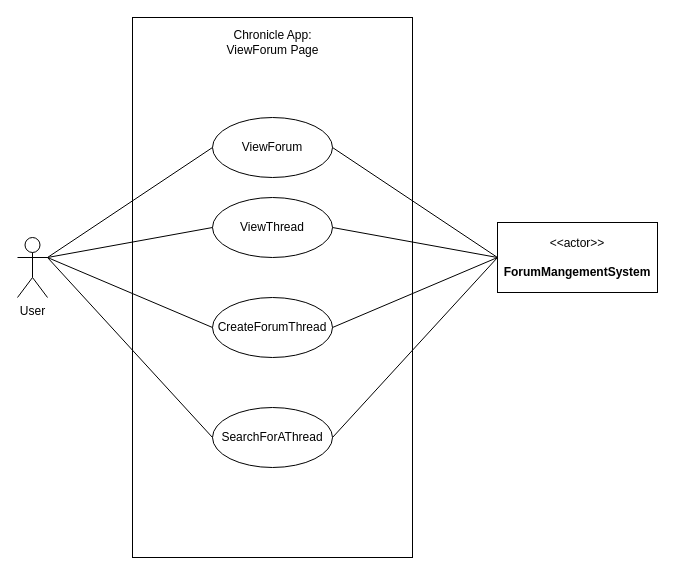
Vaibhav-G-Parmar/Chronicle-Your-Ultimate-Travel-Companion keeps this draw.io diagram as page "ViewForum" (10 of 17) of Week-7-Team-04-Use Case Diagrams (2).drawio. Above is the earlier version. Source tidied: cells renumbered, new cells numbered last; positions are measured from the earlier drawing's top-left corner, leaving out a move shared by most shapes. Both pictures are drawn from the tidied source at 100%, with x=0, y=0 at pixel (17, 17).
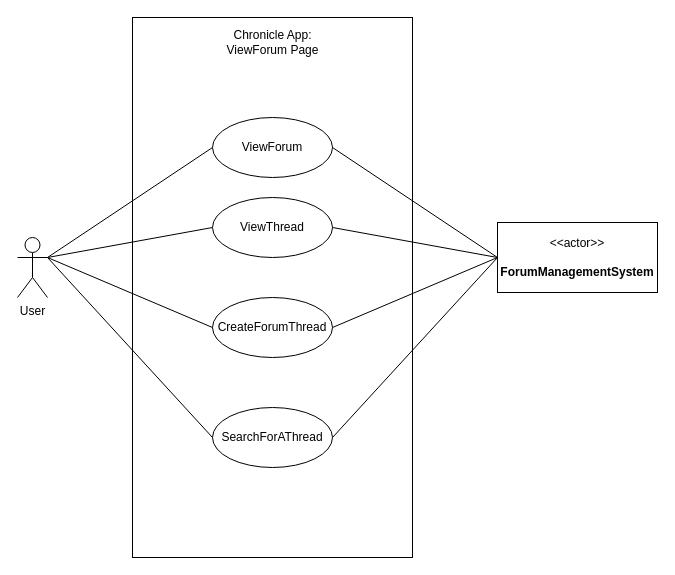
Above is the later version.

Diff of the diagram source:
```diff
@@
 <mxGraphModel>
   <root>
     <mxCell id="0" />
     <mxCell id="1" parent="0" />
     <mxCell id="2" value="&lt;h2&gt;&lt;br&gt;&lt;/h2&gt;" style="rounded=0;whiteSpace=wrap;html=1;align=center;" parent="1" vertex="1">
       <mxGeometry x="115" width="280" height="540" as="geometry" />
     </mxCell>
     <mxCell id="3" value="ViewThread" style="ellipse;whiteSpace=wrap;html=1;" parent="1" vertex="1">
       <mxGeometry x="195" y="180" width="120" height="60" as="geometry" />
     </mxCell>
     <mxCell id="4" value="User&lt;br&gt;" style="shape=umlActor;verticalLabelPosition=bottom;verticalAlign=top;html=1;outlineConnect=0;" parent="1" vertex="1">
       <mxGeometry y="220" width="30" height="60" as="geometry" />
     </mxCell>
-    <mxCell id="5" value="&amp;lt;&amp;lt;actor&amp;gt;&amp;gt;&lt;br&gt;&lt;br&gt;&lt;b style=&quot;border-color: var(--border-color);&quot;&gt;ForumMangementSystem&lt;/b&gt;&lt;b&gt;&lt;br&gt;&lt;/b&gt;" style="html=1;align=center;verticalAlign=middle;dashed=0;whiteSpace=wrap;" parent="1" vertex="1">
+    <mxCell id="5" value="&amp;lt;&amp;lt;actor&amp;gt;&amp;gt;&lt;br&gt;&lt;br&gt;&lt;b style=&quot;border-color: var(--border-color);&quot;&gt;ForumManagementSystem&lt;/b&gt;&lt;b&gt;&lt;br&gt;&lt;/b&gt;" style="html=1;align=center;verticalAlign=middle;dashed=0;whiteSpace=wrap;" parent="1" vertex="1">
       <mxGeometry x="480" y="205" width="160" height="70" as="geometry" />
     </mxCell>
     <mxCell id="6" style="endArrow=none;html=1;rounded=0;entryX=0;entryY=0.5;entryDx=0;entryDy=0;" parent="1" edge="1" target="3">
       <mxGeometry relative="1" as="geometry">
         <mxPoint x="30" y="240" as="sourcePoint" />
       </mxGeometry>
     </mxCell>
     <mxCell id="7" value="Chronicle App:&lt;br&gt;ViewForum Page" style="text;html=1;strokeColor=none;fillColor=none;align=center;verticalAlign=middle;whiteSpace=wrap;rounded=0;" parent="1" vertex="1">
       <mxGeometry x="207.5" y="10" width="95" height="30" as="geometry" />
     </mxCell>
     <mxCell id="8" value="SearchForAThread" style="ellipse;whiteSpace=wrap;html=1;" parent="1" vertex="1">
       <mxGeometry x="195" y="390" width="120" height="60" as="geometry" />
     </mxCell>
     <mxCell id="9" style="endArrow=none;html=1;rounded=0;entryX=0;entryY=0.5;entryDx=0;entryDy=0;exitX=1;exitY=0.3333333333333333;exitDx=0;exitDy=0;exitPerimeter=0;" parent="1" edge="1" source="4" target="8">
       <mxGeometry relative="1" as="geometry" />
     </mxCell>
     <mxCell id="10" style="endArrow=none;html=1;rounded=0;exitX=1;exitY=0.5;exitDx=0;exitDy=0;entryX=0;entryY=0.5;entryDx=0;entryDy=0;" parent="1" edge="1" source="8" target="5">
       <mxGeometry relative="1" as="geometry" />
     </mxCell>
     <mxCell id="11" value="CreateForumThread" style="ellipse;whiteSpace=wrap;html=1;" parent="1" vertex="1">
       <mxGeometry x="195" y="280" width="120" height="60" as="geometry" />
     </mxCell>
     <mxCell id="12" style="endArrow=none;html=1;rounded=0;entryX=0;entryY=0.5;entryDx=0;entryDy=0;exitX=1;exitY=0.3333333333333333;exitDx=0;exitDy=0;exitPerimeter=0;" parent="1" edge="1" source="4" target="11">
       <mxGeometry relative="1" as="geometry" />
     </mxCell>
     <mxCell id="13" style="endArrow=none;html=1;rounded=0;exitX=1;exitY=0.5;exitDx=0;exitDy=0;entryX=0;entryY=0.5;entryDx=0;entryDy=0;" parent="1" edge="1" source="11" target="5">
       <mxGeometry relative="1" as="geometry" />
     </mxCell>
     <mxCell id="14" style="endArrow=none;html=1;rounded=0;exitX=1;exitY=0.5;exitDx=0;exitDy=0;entryX=0;entryY=0.5;entryDx=0;entryDy=0;" parent="1" edge="1" source="3" target="5">
       <mxGeometry relative="1" as="geometry" />
     </mxCell>
     <mxCell id="15" value="ViewForum" style="ellipse;whiteSpace=wrap;html=1;" parent="1" vertex="1">
       <mxGeometry x="195" y="100" width="120" height="60" as="geometry" />
     </mxCell>
     <mxCell id="16" style="endArrow=none;html=1;rounded=0;entryX=0;entryY=0.5;entryDx=0;entryDy=0;exitX=1;exitY=0.3333333333333333;exitDx=0;exitDy=0;exitPerimeter=0;" parent="1" edge="1" source="4" target="15">
       <mxGeometry relative="1" as="geometry" />
     </mxCell>
     <mxCell id="17" style="endArrow=none;html=1;rounded=0;exitX=1;exitY=0.5;exitDx=0;exitDy=0;entryX=0;entryY=0.5;entryDx=0;entryDy=0;" parent="1" edge="1" source="15" target="5">
       <mxGeometry relative="1" as="geometry" />
     </mxCell>
   </root>
 </mxGraphModel>
```
